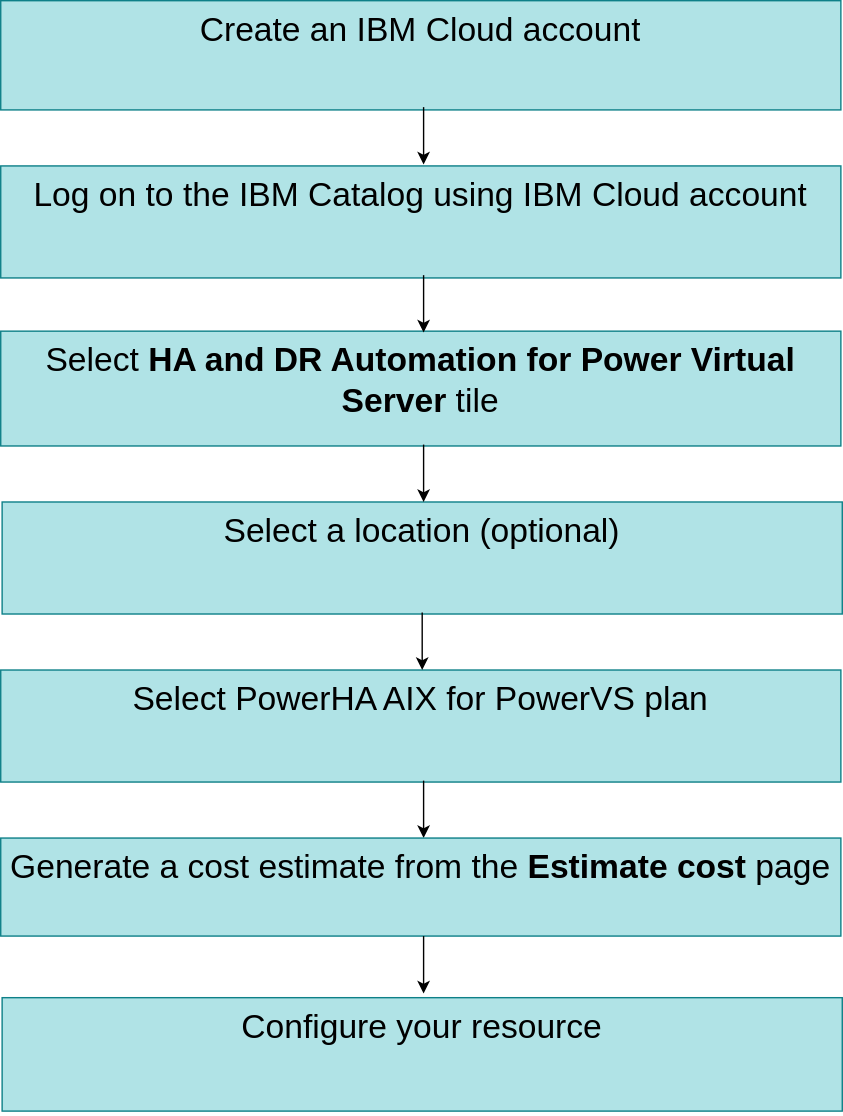
Above: images/Power-ha-suits-flow-diagram.svg in ibm-cloud-docs/dr-automation-powervs (draw.io), before the change. Source tidied: cells renumbered, new cells last; positions are measured from the earlier drawing's top-left corner, leaving out a move shared by most shapes.
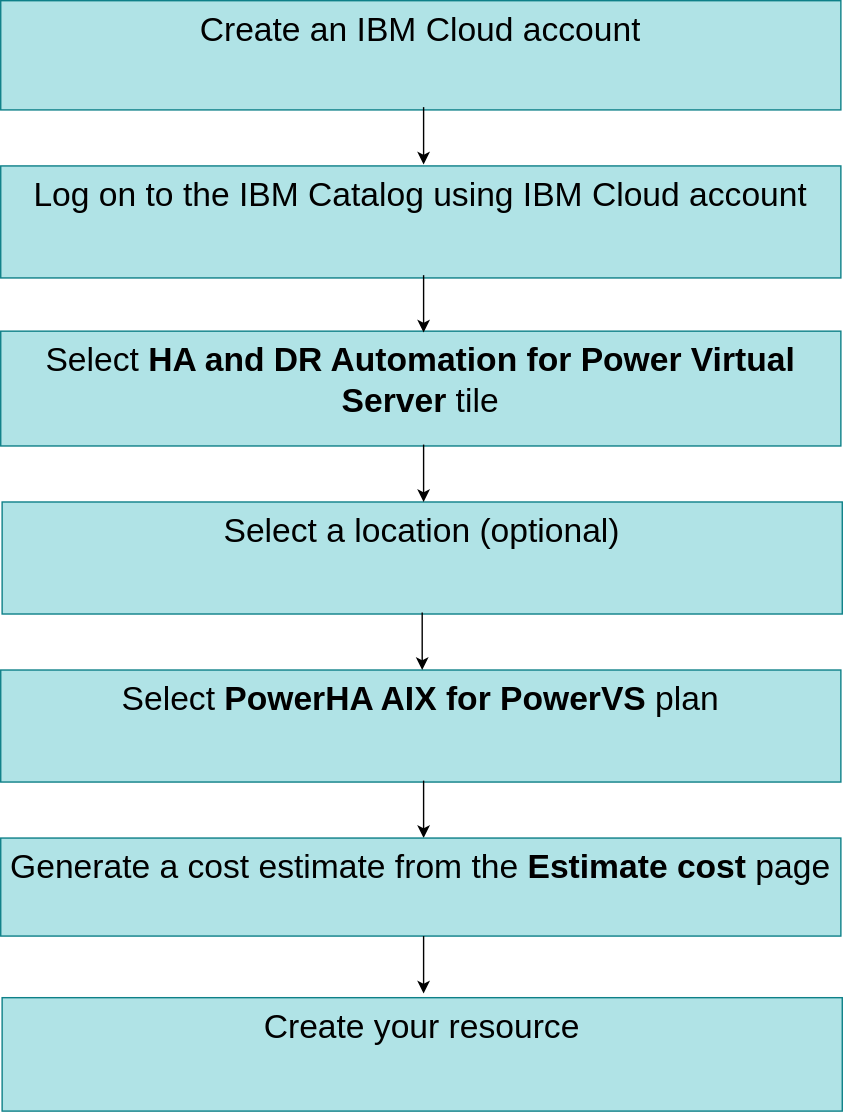
Above is the later version.

What changed in the source:
```diff
@@ -8,10 +8,10 @@
     <mxCell id="3" value="&lt;font style=&quot;font-size: 24px;&quot;&gt;Select&amp;nbsp;&lt;b style=&quot;&quot;&gt;HA and DR Automation for&amp;nbsp;&lt;/b&gt;&lt;b&gt;Power Virtual Server&amp;nbsp;&lt;/b&gt;tile&lt;/font&gt;" style="text;html=1;whiteSpace=wrap;overflow=hidden;rounded=0;fillColor=#b0e3e6;strokeColor=#0e8088;align=center;" parent="1" vertex="1">
       <mxGeometry y="236" width="600" height="82" as="geometry" />
     </mxCell>
-    <mxCell id="4" value="&lt;font style=&quot;font-size: 24px;&quot;&gt;Select PowerHA AIX for PowerVS plan&lt;/font&gt;" style="text;html=1;whiteSpace=wrap;overflow=hidden;rounded=0;fillColor=#b0e3e6;strokeColor=#0e8088;align=center;" parent="1" vertex="1">
+    <mxCell id="4" value="&lt;font style=&quot;font-size: 24px;&quot;&gt;Select &lt;b&gt;PowerHA AIX for PowerVS&lt;/b&gt; plan&lt;/font&gt;" style="text;html=1;whiteSpace=wrap;overflow=hidden;rounded=0;fillColor=#b0e3e6;strokeColor=#0e8088;align=center;" parent="1" vertex="1">
       <mxGeometry y="478" width="600" height="80" as="geometry" />
     </mxCell>
-    <mxCell id="5" value="&lt;font style=&quot;font-size: 24px;&quot;&gt;Configure your resource&lt;/font&gt;" style="text;html=1;whiteSpace=wrap;overflow=hidden;rounded=0;fillColor=#b0e3e6;strokeColor=#0e8088;align=center;" parent="1" vertex="1">
+    <mxCell id="5" value="&lt;font style=&quot;font-size: 24px;&quot;&gt;Create your resource&lt;/font&gt;" style="text;html=1;whiteSpace=wrap;overflow=hidden;rounded=0;fillColor=#b0e3e6;strokeColor=#0e8088;align=center;" parent="1" vertex="1">
       <mxGeometry x="1" y="712" width="600" height="81" as="geometry" />
     </mxCell>
     <mxCell id="6" value="&lt;font style=&quot;font-size: 24px;&quot;&gt;Create an IBM Cloud account&lt;/font&gt;" style="text;html=1;whiteSpace=wrap;overflow=hidden;rounded=0;fillColor=#b0e3e6;strokeColor=#0e8088;align=center;" parent="1" vertex="1">
```
